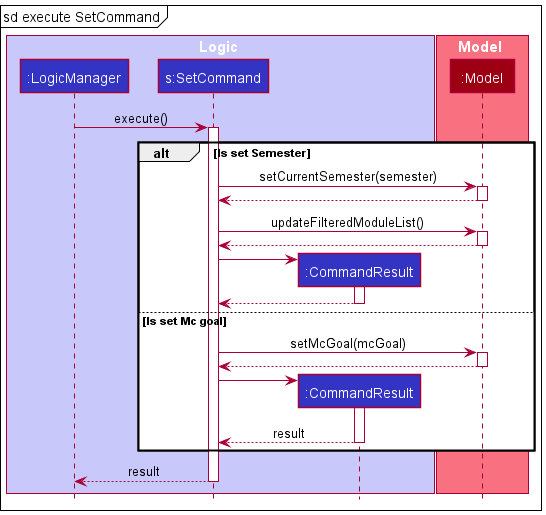
The PlantUML diagram docs/images/SetExecuteSequenceDiagram.png in nus-cs2103-AY2122S1/tp, before a commit.
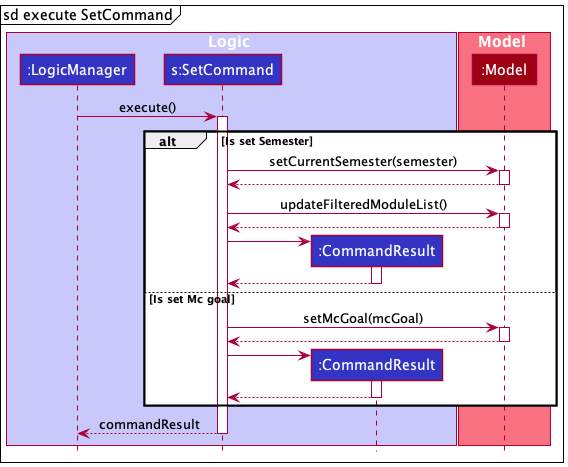
After the change.

Diff of the diagram source:
```diff
@@ -44,11 +44,11 @@
 create CommandResult
 SetCommand -> CommandResult
 activate CommandResult
-CommandResult --> SetCommand : result
+CommandResult --> SetCommand
 deactivate CommandResult
 end
 
-SetCommand --> LogicManager : result
+SetCommand --> LogicManager : commandResult
 deactivate SetCommand
 
 
```
